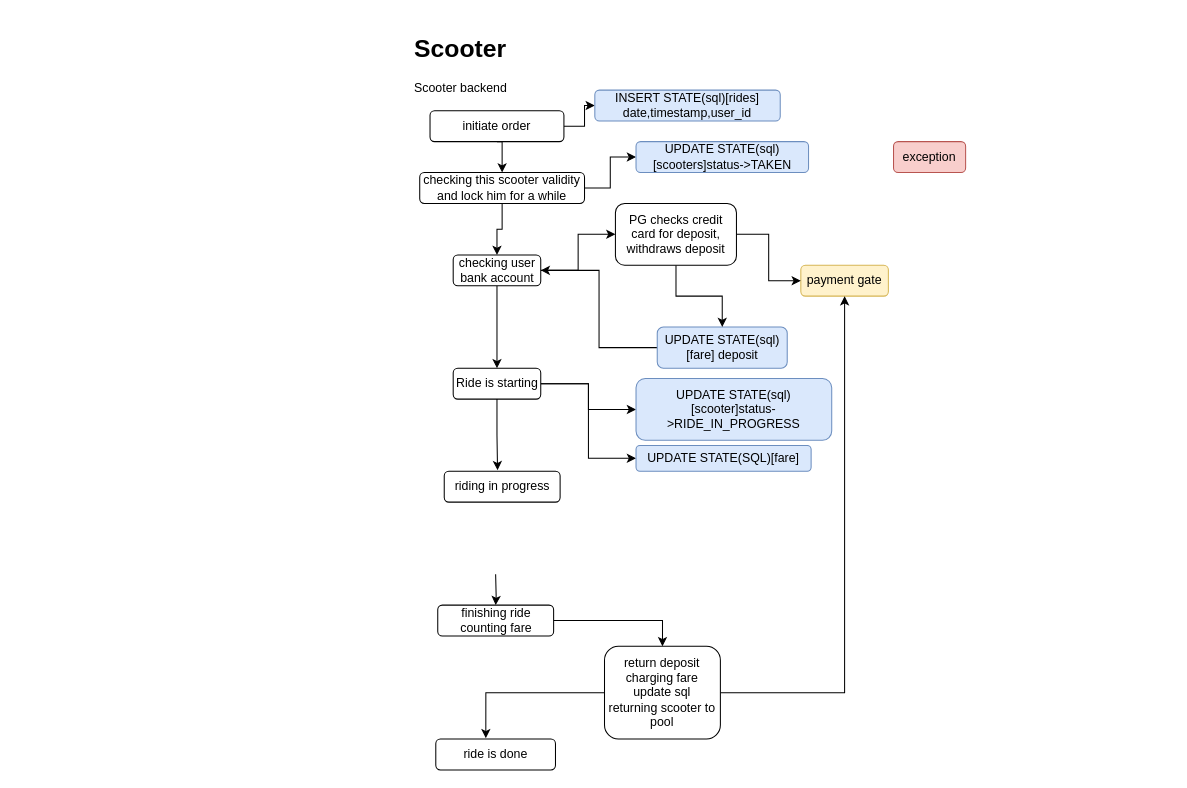
This is e-scooter[flows].drawio from integer00/diagrams, a draw.io file, before an edit. Source tidied: cells renumbered, new cells numbered last; positions are measured from the earlier drawing's top-left corner, leaving out a move shared by most shapes. Both pictures are drawn from the tidied source at 103%, with x=0, y=0 at pixel (409, 28).
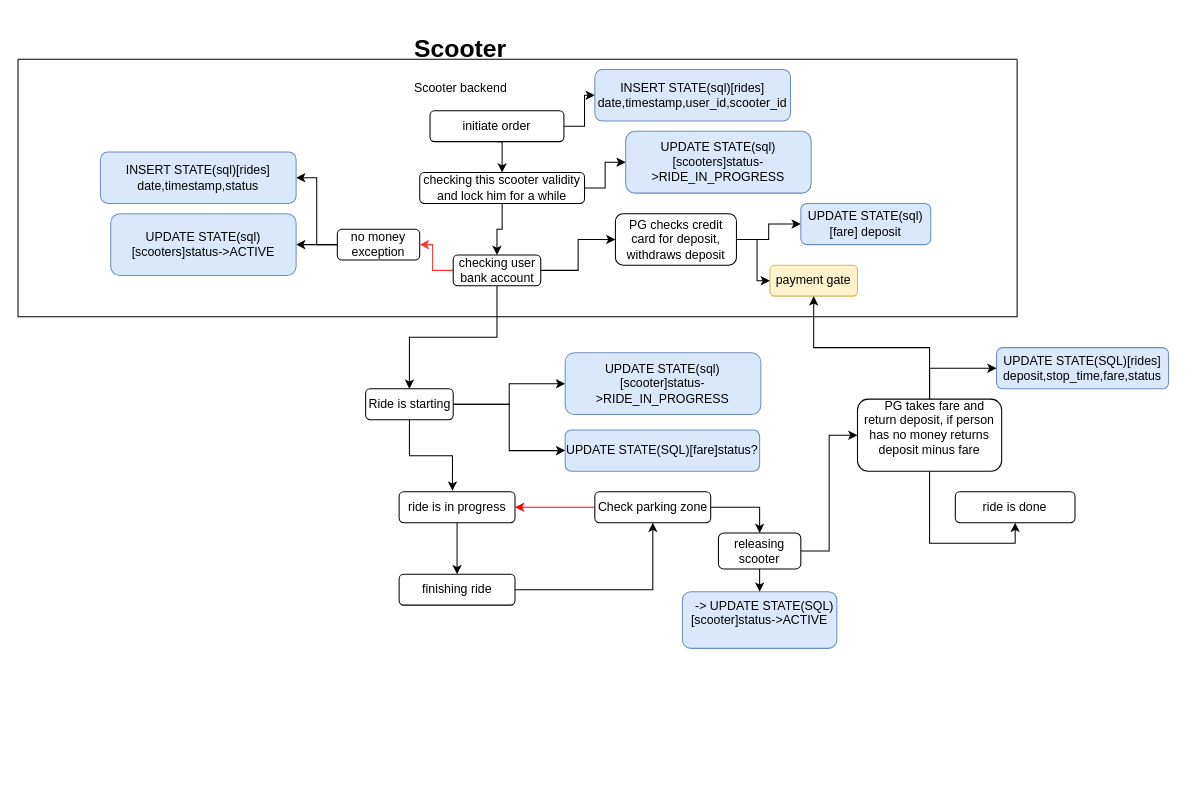
After the change.

Unchanged cells that the change refers to:
```xml
<mxCell id="11" value="checking user bank account" style="rounded=1;whiteSpace=wrap;html=1;" parent="1" vertex="1">
  <mxGeometry x="42.5" y="220" width="85" height="30" as="geometry" />
</mxCell>
```

What changed in the source:
```diff
@@
+    <mxCell id="35" style="edgeStyle=orthogonalEdgeStyle;rounded=0;jettySize=auto;html=1;strokeColor=#FF3333;" parent="1" edge="1" source="11" target="49">
+      <mxGeometry relative="1" as="geometry" />
+    </mxCell>
@@
     <mxCell id="12" value="payment gate" style="rounded=1;whiteSpace=wrap;html=1;fillColor=#fff2cc;strokeColor=#d6b656;" parent="1" vertex="1">
-      <mxGeometry x="380" y="230" width="85" height="30" as="geometry" />
+      <mxGeometry x="350" y="230" width="85" height="30" as="geometry" />
     </mxCell>
-    <mxCell id="13" style="edgeStyle=orthogonalEdgeStyle;rounded=0;jettySize=auto;html=1;" parent="1" edge="1" target="16">
-      <mxGeometry relative="1" as="geometry">
-        <mxPoint x="83.7" y="530" as="sourcePoint" />
-      </mxGeometry>
-    </mxCell>
+    <mxCell id="36" style="edgeStyle=orthogonalEdgeStyle;rounded=0;jettySize=auto;html=1;" parent="1" edge="1" source="14" target="16">
+      <mxGeometry relative="1" as="geometry" />
+    </mxCell>
-    <mxCell id="14" value="riding in progress" style="rounded=1;whiteSpace=wrap;html=1;" parent="1" vertex="1">
-      <mxGeometry x="33.8" y="430" width="112.5" height="30" as="geometry" />
+    <mxCell id="14" value="ride is in progress" style="rounded=1;whiteSpace=wrap;html=1;" parent="1" vertex="1">
+      <mxGeometry x="-10" y="450" width="112.5" height="30" as="geometry" />
     </mxCell>
-    <mxCell id="15" style="edgeStyle=orthogonalEdgeStyle;rounded=0;jettySize=auto;html=1;" parent="1" edge="1" source="16" target="20">
-      <mxGeometry relative="1" as="geometry" />
-    </mxCell>
+    <mxCell id="37" style="edgeStyle=orthogonalEdgeStyle;rounded=0;jettySize=auto;html=1;" parent="1" edge="1" source="16" target="42">
+      <mxGeometry relative="1" as="geometry" />
+    </mxCell>
-    <mxCell id="16" value="finishing ride&lt;br&gt;counting fare" style="rounded=1;whiteSpace=wrap;html=1;" parent="1" vertex="1">
-      <mxGeometry x="27.5" y="560" width="112.5" height="30" as="geometry" />
+    <mxCell id="16" value="finishing ride" style="rounded=1;whiteSpace=wrap;html=1;" parent="1" vertex="1">
+      <mxGeometry x="-10" y="530" width="112.5" height="30" as="geometry" />
     </mxCell>
     <mxCell id="17" value="ride is done" style="rounded=1;whiteSpace=wrap;html=1;" parent="1" vertex="1">
-      <mxGeometry x="25.6" y="690" width="116.2" height="30" as="geometry" />
+      <mxGeometry x="530" y="450" width="116.2" height="30" as="geometry" />
     </mxCell>
@@
-    <mxCell id="19" style="edgeStyle=orthogonalEdgeStyle;rounded=0;jettySize=auto;html=1;entryX=0.418;entryY=-0.027;entryDx=0;entryDy=0;entryPerimeter=0;" parent="1" edge="1" source="20" target="17">
+    <mxCell id="19" style="edgeStyle=orthogonalEdgeStyle;rounded=0;jettySize=auto;html=1;entryX=0.5;entryY=1;entryDx=0;entryDy=0;" parent="1" edge="1" source="20" target="17">
       <mxGeometry relative="1" as="geometry" />
     </mxCell>
+    <mxCell id="38" style="edgeStyle=orthogonalEdgeStyle;rounded=0;jettySize=auto;html=1;entryX=0;entryY=0.5;entryDx=0;entryDy=0;" parent="1" edge="1" source="20" target="46">
+      <mxGeometry relative="1" as="geometry" />
+    </mxCell>
-    <mxCell id="20" value="return deposit&lt;br&gt;charging fare&lt;br&gt;update sql&lt;br&gt;returning scooter to pool" style="rounded=1;whiteSpace=wrap;html=1;" parent="1" vertex="1">
-      <mxGeometry x="189.4" y="600" width="112.5" height="90" as="geometry" />
+    <mxCell id="20" value="&lt;div&gt;&amp;nbsp; &amp;nbsp;PG takes fare and return deposit, if person has no money returns deposit minus fare&lt;/div&gt;&lt;div&gt;&lt;br&gt;&lt;/div&gt;" style="rounded=1;whiteSpace=wrap;html=1;" parent="1" vertex="1">
+      <mxGeometry x="435" y="360" width="140" height="70" as="geometry" />
     </mxCell>
-    <mxCell id="21" style="edgeStyle=orthogonalEdgeStyle;rounded=0;jettySize=auto;html=1;entryX=1;entryY=0.5;entryDx=0;entryDy=0;" parent="1" edge="1" source="22" target="11">
-      <mxGeometry relative="1" as="geometry" />
-    </mxCell>
     <mxCell id="22" value="UPDATE STATE(sql)[fare] deposit" style="rounded=1;whiteSpace=wrap;html=1;fillColor=#dae8fc;strokeColor=#6c8ebf;" parent="1" vertex="1">
-      <mxGeometry x="240.6" y="290" width="126.2" height="40" as="geometry" />
+      <mxGeometry x="380" y="170" width="126.2" height="40" as="geometry" />
     </mxCell>
-    <mxCell id="23" value="INSERT STATE(sql)[rides] date,timestamp,user_id" style="rounded=1;whiteSpace=wrap;html=1;fillColor=#dae8fc;strokeColor=#6c8ebf;" parent="1" vertex="1">
-      <mxGeometry x="180" y="60" width="180" height="30" as="geometry" />
+    <mxCell id="23" value="INSERT STATE(sql)[rides] date,timestamp,user_id,scooter_id" style="rounded=1;whiteSpace=wrap;html=1;fillColor=#dae8fc;strokeColor=#6c8ebf;" parent="1" vertex="1">
+      <mxGeometry x="180" y="40" width="190" height="50" as="geometry" />
     </mxCell>
-    <mxCell id="24" value="UPDATE STATE(sql)[scooters]status-&amp;gt;TAKEN" style="rounded=1;whiteSpace=wrap;html=1;fillColor=#dae8fc;strokeColor=#6c8ebf;" parent="1" vertex="1">
-      <mxGeometry x="220" y="110" width="167.5" height="30" as="geometry" />
+    <mxCell id="24" value="UPDATE STATE(sql)[scooters]status-&amp;gt;RIDE_IN_PROGRESS&lt;br&gt;" style="rounded=1;whiteSpace=wrap;html=1;fillColor=#dae8fc;strokeColor=#6c8ebf;" parent="1" vertex="1">
+      <mxGeometry x="210" y="100" width="180" height="60" as="geometry" />
     </mxCell>
@@
     <mxCell id="27" value="PG checks credit card for deposit, withdraws deposit" style="rounded=1;whiteSpace=wrap;html=1;" parent="1" vertex="1">
-      <mxGeometry x="200" y="170" width="117.5" height="60" as="geometry" />
+      <mxGeometry x="200" y="180" width="117.5" height="50" as="geometry" />
     </mxCell>
-    <mxCell id="28" value="exception" style="rounded=1;whiteSpace=wrap;html=1;fillColor=#f8cecc;strokeColor=#b85450;" parent="1" vertex="1">
-      <mxGeometry x="470" y="110" width="70" height="30" as="geometry" />
-    </mxCell>
@@
     <mxCell id="32" value="Ride is starting" style="rounded=1;whiteSpace=wrap;html=1;" parent="1" vertex="1">
-      <mxGeometry x="42.5" y="330" width="85" height="30" as="geometry" />
+      <mxGeometry x="-42.5" y="350" width="85" height="30" as="geometry" />
     </mxCell>
     <mxCell id="33" value="UPDATE STATE(sql)[scooter]status-&gt;RIDE_IN_PROGRESS" style="rounded=1;whiteSpace=wrap;html=1;fillColor=#dae8fc;strokeColor=#6c8ebf;" parent="1" vertex="1">
-      <mxGeometry x="220" y="340" width="190" height="60" as="geometry" />
+      <mxGeometry x="151.2" y="315" width="190" height="60" as="geometry" />
     </mxCell>
-    <mxCell id="34" value="UPDATE STATE(SQL)[fare]" style="rounded=1;whiteSpace=wrap;html=1;fillColor=#dae8fc;strokeColor=#6c8ebf;" parent="1" vertex="1">
-      <mxGeometry x="220" y="405" width="170" height="25" as="geometry" />
+    <mxCell id="34" value="UPDATE STATE(SQL)[fare]status?" style="rounded=1;whiteSpace=wrap;html=1;fillColor=#dae8fc;strokeColor=#6c8ebf;" parent="1" vertex="1">
+      <mxGeometry x="151.2" y="390" width="188.8" height="40" as="geometry" />
     </mxCell>
+    <mxCell id="39" value="&lt;div&gt;&lt;div&gt;&amp;nbsp; &amp;nbsp;-&amp;gt; UPDATE STATE(SQL)[scooter]status-&amp;gt;ACTIVE&lt;/div&gt;&lt;/div&gt;&lt;div&gt;&lt;br&gt;&lt;/div&gt;" style="rounded=1;whiteSpace=wrap;html=1;fillColor=#dae8fc;strokeColor=#6c8ebf;" parent="1" vertex="1">
+      <mxGeometry x="265" y="547" width="150" height="55" as="geometry" />
+    </mxCell>
+    <mxCell id="40" style="edgeStyle=orthogonalEdgeStyle;rounded=0;jettySize=auto;html=1;entryX=1;entryY=0.5;entryDx=0;entryDy=0;strokeColor=#FF0000;" parent="1" edge="1" source="42" target="14">
+      <mxGeometry relative="1" as="geometry" />
+    </mxCell>
+    <mxCell id="41" style="edgeStyle=orthogonalEdgeStyle;rounded=0;jettySize=auto;html=1;entryX=0.5;entryY=0;entryDx=0;entryDy=0;" parent="1" edge="1" source="42" target="45">
+      <mxGeometry relative="1" as="geometry" />
+    </mxCell>
+    <mxCell id="42" value="Check parking zone" style="rounded=1;whiteSpace=wrap;html=1;" parent="1" vertex="1">
+      <mxGeometry x="180" y="450" width="112.5" height="30" as="geometry" />
+    </mxCell>
+    <mxCell id="43" style="edgeStyle=orthogonalEdgeStyle;rounded=0;jettySize=auto;html=1;entryX=0;entryY=0.5;entryDx=0;entryDy=0;" parent="1" edge="1" source="45" target="20">
+      <mxGeometry relative="1" as="geometry" />
+    </mxCell>
+    <mxCell id="44" style="edgeStyle=orthogonalEdgeStyle;rounded=0;jettySize=auto;html=1;entryX=0.5;entryY=0;entryDx=0;entryDy=0;" parent="1" edge="1" source="45" target="39">
+      <mxGeometry relative="1" as="geometry" />
+    </mxCell>
+    <mxCell id="45" value="releasing scooter" style="rounded=1;whiteSpace=wrap;html=1;" parent="1" vertex="1">
+      <mxGeometry x="300" y="490" width="80" height="35" as="geometry" />
+    </mxCell>
+    <mxCell id="46" value="UPDATE STATE(SQL)[rides] deposit,stop_time,fare,status" style="rounded=1;whiteSpace=wrap;html=1;fillColor=#dae8fc;strokeColor=#6c8ebf;" parent="1" vertex="1">
+      <mxGeometry x="570" y="310" width="167" height="40" as="geometry" />
+    </mxCell>
+    <mxCell id="47" style="edgeStyle=orthogonalEdgeStyle;rounded=0;jettySize=auto;html=1;" parent="1" edge="1" source="49" target="51">
+      <mxGeometry relative="1" as="geometry" />
+    </mxCell>
+    <mxCell id="48" style="edgeStyle=orthogonalEdgeStyle;rounded=0;jettySize=auto;html=1;entryX=1;entryY=0.5;entryDx=0;entryDy=0;" parent="1" edge="1" source="49" target="50">
+      <mxGeometry relative="1" as="geometry" />
+    </mxCell>
+    <mxCell id="49" value="no money exception" style="rounded=1;whiteSpace=wrap;html=1;" parent="1" vertex="1">
+      <mxGeometry x="-70" y="195" width="80" height="30" as="geometry" />
+    </mxCell>
+    <mxCell id="50" value="INSERT STATE(sql)[rides] date,timestamp,status" style="rounded=1;whiteSpace=wrap;html=1;fillColor=#dae8fc;strokeColor=#6c8ebf;" parent="1" vertex="1">
+      <mxGeometry x="-300" y="120" width="190" height="50" as="geometry" />
+    </mxCell>
+    <mxCell id="51" value="UPDATE STATE(sql)[scooters]status-&amp;gt;ACTIVE" style="rounded=1;whiteSpace=wrap;html=1;fillColor=#dae8fc;strokeColor=#6c8ebf;" parent="1" vertex="1">
+      <mxGeometry x="-290" y="180" width="180" height="60" as="geometry" />
+    </mxCell>
+    <mxCell id="52" style="swimlane;startSize=0;" parent="1" vertex="1">
+      <mxGeometry x="-380" y="30" width="970" height="250" as="geometry" />
+    </mxCell>
```
